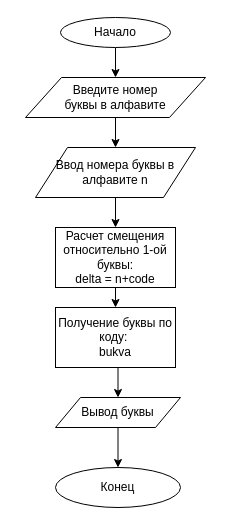
Before: page "les_1_task_1" (1 of 4) of les_1.drawio in alexeevaelena06/Python_algorithms, a draw.io diagram. Source tidied: cells renumbered, new cells numbered last; positions are measured from the earlier drawing's top-left corner, leaving out a move shared by most shapes. Both pictures are drawn from the tidied source at 100%, with x=0, y=0 at pixel (25, 17).
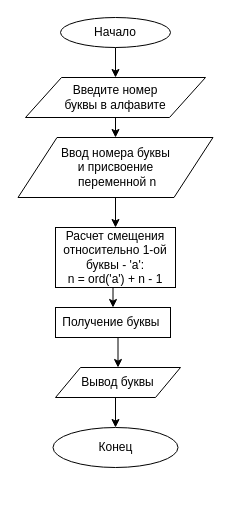
The same page after the edit.

The edit, as a diff of the source:
```diff
@@
 <mxGraphModel>
   <root>
     <mxCell id="0" />
     <mxCell id="1" parent="0" />
     <mxCell id="2" style="edgeStyle=orthogonalEdgeStyle;rounded=0;jettySize=auto;html=1;exitX=0.5;exitY=1;exitDx=0;exitDy=0;entryX=0.5;entryY=0;entryDx=0;entryDy=0;" parent="1" edge="1" source="3" target="5">
       <mxGeometry relative="1" as="geometry" />
     </mxCell>
     <mxCell id="3" value="Начало" style="ellipse;whiteSpace=wrap;html=1;" parent="1" vertex="1">
       <mxGeometry x="35" width="110" height="30" as="geometry" />
     </mxCell>
     <mxCell id="4" style="edgeStyle=orthogonalEdgeStyle;rounded=0;jettySize=auto;html=1;exitX=0.5;exitY=1;exitDx=0;exitDy=0;entryX=0.5;entryY=0;entryDx=0;entryDy=0;" parent="1" edge="1" source="5" target="7">
       <mxGeometry relative="1" as="geometry" />
     </mxCell>
     <mxCell id="5" value="Введите номер &lt;br&gt;буквы в алфавите" style="shape=parallelogram;perimeter=parallelogramPerimeter;whiteSpace=wrap;html=1;" parent="1" vertex="1">
       <mxGeometry y="60" width="180" height="40" as="geometry" />
     </mxCell>
     <mxCell id="6" style="edgeStyle=orthogonalEdgeStyle;rounded=0;jettySize=auto;html=1;exitX=0.5;exitY=1;exitDx=0;exitDy=0;entryX=0.5;entryY=0;entryDx=0;entryDy=0;" parent="1" edge="1" source="7" target="9">
       <mxGeometry relative="1" as="geometry" />
     </mxCell>
-    <mxCell id="7" value="Ввод номера буквы в алфавите n" style="shape=parallelogram;perimeter=parallelogramPerimeter;whiteSpace=wrap;html=1;" parent="1" vertex="1">
-      <mxGeometry x="10" y="130" width="160" height="50" as="geometry" />
+    <mxCell id="7" value="Ввод номера буквы &lt;br&gt;и присвоение&lt;br&gt;&amp;nbsp;переменной n" style="shape=parallelogram;perimeter=parallelogramPerimeter;whiteSpace=wrap;html=1;" parent="1" vertex="1">
+      <mxGeometry x="-7.5" y="120" width="195" height="60" as="geometry" />
     </mxCell>
     <mxCell id="8" style="edgeStyle=orthogonalEdgeStyle;rounded=0;jettySize=auto;html=1;exitX=0.5;exitY=1;exitDx=0;exitDy=0;entryX=0.5;entryY=0;entryDx=0;entryDy=0;" parent="1" edge="1" source="9" target="11">
       <mxGeometry relative="1" as="geometry" />
     </mxCell>
-    <mxCell id="9" value="Расчет смещения относительно 1-ой буквы:&lt;br&gt;delta = n+code" style="rounded=0;whiteSpace=wrap;html=1;" parent="1" vertex="1">
+    <mxCell id="9" value="Расчет смещения относительно 1-ой буквы - 'a':&lt;br&gt;n = ord('a') + n - 1" style="rounded=0;whiteSpace=wrap;html=1;" parent="1" vertex="1">
       <mxGeometry x="30" y="210" width="120" height="60" as="geometry" />
     </mxCell>
     <mxCell id="10" style="edgeStyle=orthogonalEdgeStyle;rounded=0;jettySize=auto;html=1;exitX=0.5;exitY=1;exitDx=0;exitDy=0;entryX=0.5;entryY=0;entryDx=0;entryDy=0;" parent="1" edge="1" source="11" target="13">
       <mxGeometry relative="1" as="geometry" />
     </mxCell>
-    <mxCell id="11" value="Получение буквы по коду:&amp;nbsp;&lt;br&gt;bukva" style="rounded=0;whiteSpace=wrap;html=1;" parent="1" vertex="1">
-      <mxGeometry x="30" y="290" width="120" height="60" as="geometry" />
+    <mxCell id="11" value="Получение буквы&amp;nbsp;" style="rounded=0;whiteSpace=wrap;html=1;" parent="1" vertex="1">
+      <mxGeometry x="30" y="290" width="115" height="30" as="geometry" />
     </mxCell>
     <mxCell id="12" style="edgeStyle=orthogonalEdgeStyle;rounded=0;jettySize=auto;html=1;exitX=0.5;exitY=1;exitDx=0;exitDy=0;entryX=0.5;entryY=0;entryDx=0;entryDy=0;" parent="1" edge="1" source="13" target="14">
       <mxGeometry relative="1" as="geometry" />
     </mxCell>
     <mxCell id="13" value="Вывод буквы" style="shape=parallelogram;perimeter=parallelogramPerimeter;whiteSpace=wrap;html=1;" parent="1" vertex="1">
-      <mxGeometry x="30" y="380" width="125" height="30" as="geometry" />
+      <mxGeometry x="30" y="350" width="125" height="30" as="geometry" />
     </mxCell>
     <mxCell id="14" value="Конец" style="ellipse;whiteSpace=wrap;html=1;" parent="1" vertex="1">
-      <mxGeometry x="30" y="450" width="125" height="40" as="geometry" />
+      <mxGeometry x="27.5" y="410" width="125" height="40" as="geometry" />
     </mxCell>
   </root>
 </mxGraphModel>
```
